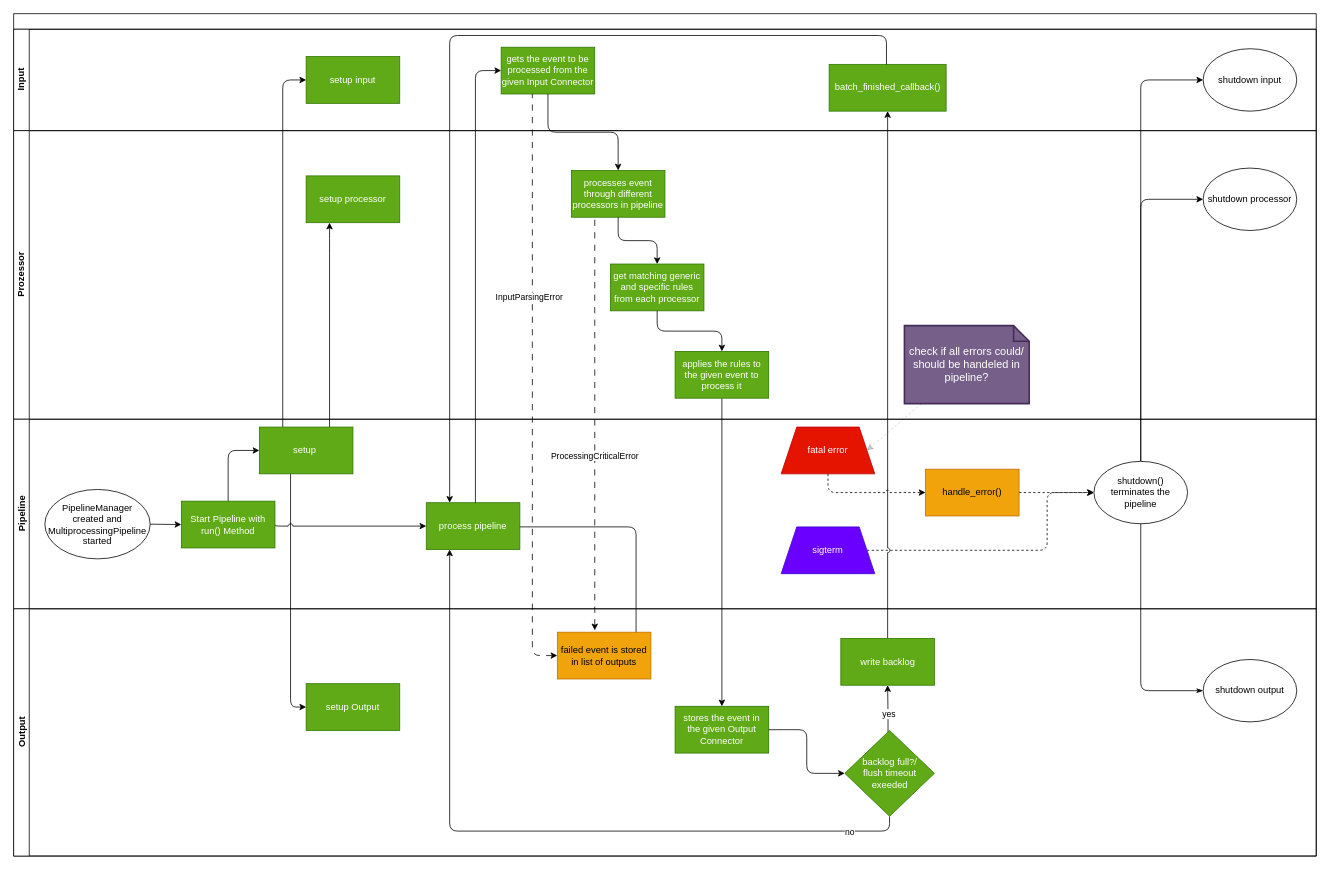
Above: doc/source/development/architecture/diagramms/pipeline.drawio in fkie-cad/Logprep (draw.io), before the change. Source tidied: cells renumbered, new cells numbered last; positions are measured from the earlier drawing's top-left corner, leaving out a move shared by most shapes. Both pictures are drawn from the tidied source at 78%, with x=0, y=0 at pixel (13, 13).
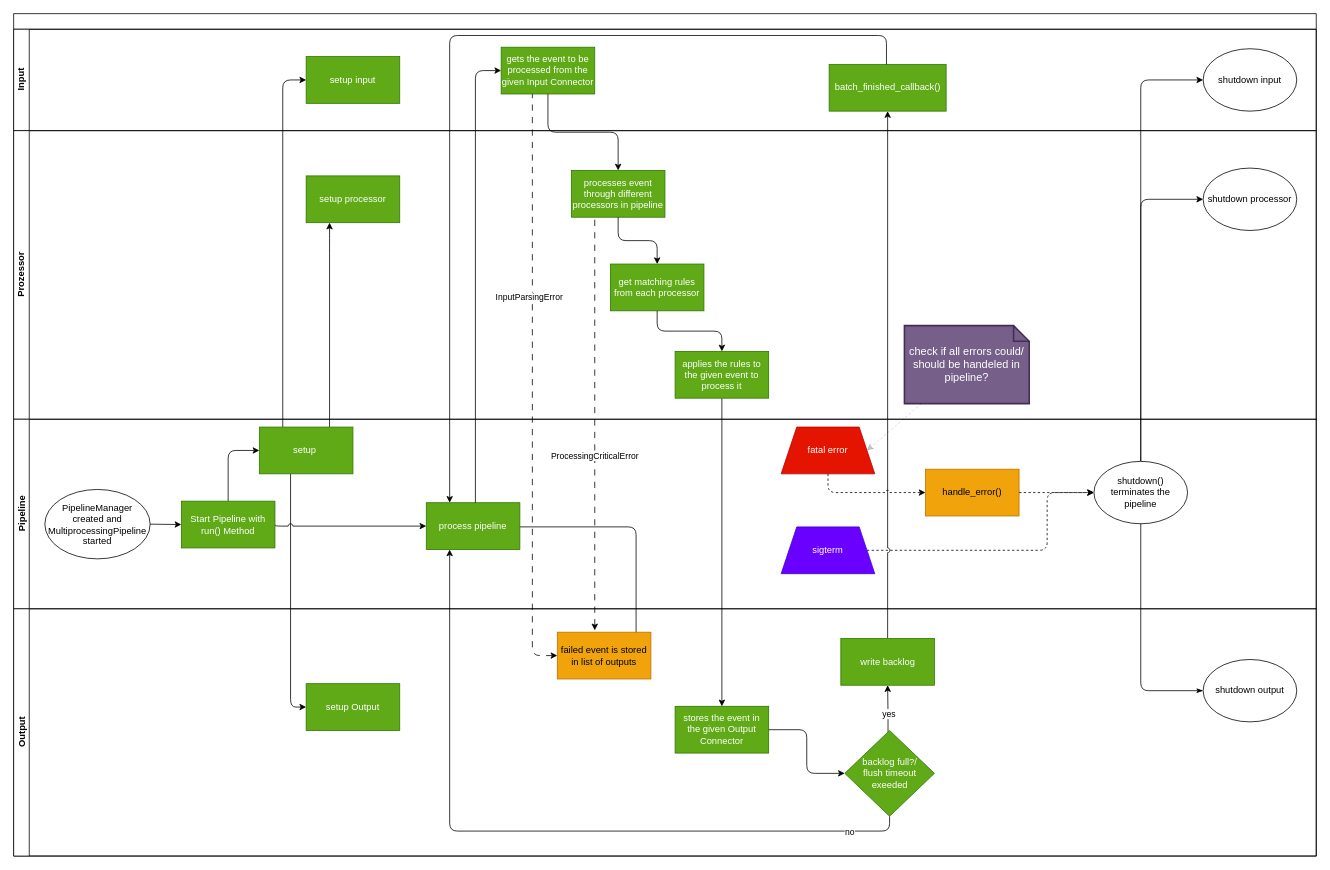
The same diagram, later.

Commit message (it also covers changes not shown here):
Update diagrams for single rule tree

The change refers to these unchanged cells:
```xml
<mxCell id="9" value="Prozessor" style="swimlane;startSize=20;horizontal=0;html=1;" parent="2" vertex="1">
  <mxGeometry y="150" width="1670" height="370" as="geometry" />
</mxCell>
```

Diff of the diagram source:
```diff
@@
-    <mxCell id="13" value="get matching generic and specific rules from each processor" style="whiteSpace=wrap;html=1;fillColor=#60a917;fontColor=#ffffff;strokeColor=#2D7600;" parent="9" vertex="1">
+    <mxCell id="13" value="get matching rules from each processor" style="whiteSpace=wrap;html=1;fillColor=#60a917;fontColor=#ffffff;strokeColor=#2D7600;" parent="9" vertex="1">
       <mxGeometry x="765" y="171" width="120" height="60" as="geometry" />
     </mxCell>
```
